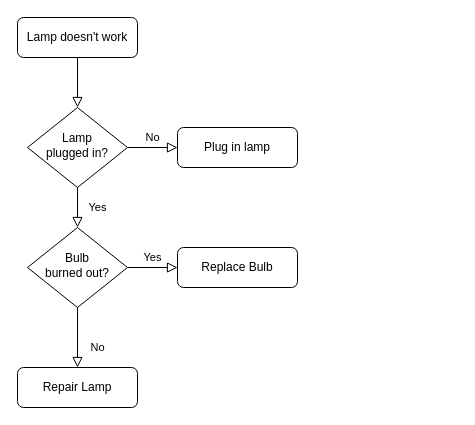
Above: casb.drawio in jiafengjason/draw.io (draw.io), before the change. Source tidied: cells renumbered, new cells numbered last; positions are measured from the earlier drawing's top-left corner, leaving out a move shared by most shapes. Both pictures are drawn from the tidied source at 100%, with x=0, y=0 at pixel (17, 17).
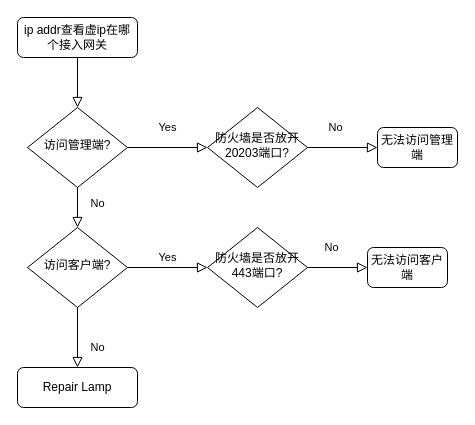
After the change.

Change to the diagram source:
```diff
@@
 <mxGraphModel>
   <root>
     <mxCell id="0" />
     <mxCell id="1" parent="0" />
     <mxCell id="2" style="rounded=0;html=1;jettySize=auto;fontSize=11;endArrow=block;endFill=0;endSize=8;strokeWidth=1;shadow=0;labelBackgroundColor=none;edgeStyle=orthogonalEdgeStyle;" parent="1" edge="1" source="3" target="6">
       <mxGeometry relative="1" as="geometry" />
     </mxCell>
-    <mxCell id="3" value="Lamp doesn't work" style="rounded=1;whiteSpace=wrap;html=1;fontSize=12;glass=0;strokeWidth=1;shadow=0;" parent="1" vertex="1">
+    <mxCell id="3" value="ip addr查看虚ip在哪个接入网关" style="rounded=1;whiteSpace=wrap;html=1;fontSize=12;glass=0;strokeWidth=1;shadow=0;" parent="1" vertex="1">
       <mxGeometry width="120" height="40" as="geometry" />
     </mxCell>
-    <mxCell id="4" value="Yes" style="rounded=0;html=1;jettySize=auto;fontSize=11;endArrow=block;endFill=0;endSize=8;strokeWidth=1;shadow=0;labelBackgroundColor=none;edgeStyle=orthogonalEdgeStyle;" parent="1" edge="1" source="6" target="10">
+    <mxCell id="4" value="Yes" style="rounded=0;html=1;jettySize=auto;fontSize=11;endArrow=block;endFill=0;endSize=8;strokeWidth=1;shadow=0;labelBackgroundColor=none;edgeStyle=orthogonalEdgeStyle;entryX=0;entryY=0.5;entryDx=0;entryDy=0;" parent="1" edge="1" source="6" target="13">
       <mxGeometry y="20" relative="1" as="geometry" />
     </mxCell>
-    <mxCell id="5" value="No" style="edgeStyle=orthogonalEdgeStyle;rounded=0;html=1;jettySize=auto;fontSize=11;endArrow=block;endFill=0;endSize=8;strokeWidth=1;shadow=0;labelBackgroundColor=none;" parent="1" edge="1" source="6" target="7">
-      <mxGeometry y="10" relative="1" as="geometry" />
+    <mxCell id="5" value="No" style="edgeStyle=orthogonalEdgeStyle;rounded=0;html=1;jettySize=auto;fontSize=11;endArrow=block;endFill=0;endSize=8;strokeWidth=1;shadow=0;labelBackgroundColor=none;entryX=0.5;entryY=0;entryDx=0;entryDy=0;" parent="1" edge="1" source="6" target="10">
+      <mxGeometry x="-0.2" y="20" relative="1" as="geometry" />
     </mxCell>
-    <mxCell id="6" value="Lamp&lt;br&gt;plugged in?" style="rhombus;whiteSpace=wrap;html=1;shadow=0;fontFamily=Helvetica;fontSize=12;align=center;strokeWidth=1;spacing=6;spacingTop=-4;" parent="1" vertex="1">
+    <mxCell id="6" value="访问管理端?" style="rhombus;whiteSpace=wrap;html=1;shadow=0;fontFamily=Helvetica;fontSize=12;align=center;strokeWidth=1;spacing=6;spacingTop=-4;" parent="1" vertex="1">
       <mxGeometry x="10" y="90" width="100" height="80" as="geometry" />
     </mxCell>
-    <mxCell id="7" value="Plug in lamp" style="rounded=1;whiteSpace=wrap;html=1;fontSize=12;glass=0;strokeWidth=1;shadow=0;" parent="1" vertex="1">
-      <mxGeometry x="160" y="110" width="120" height="40" as="geometry" />
+    <mxCell id="7" value="无法访问管理端" style="rounded=1;whiteSpace=wrap;html=1;fontSize=12;glass=0;strokeWidth=1;shadow=0;" parent="1" vertex="1">
+      <mxGeometry x="360" y="110" width="80" height="40" as="geometry" />
     </mxCell>
     <mxCell id="8" value="No" style="rounded=0;html=1;jettySize=auto;fontSize=11;endArrow=block;endFill=0;endSize=8;strokeWidth=1;shadow=0;labelBackgroundColor=none;edgeStyle=orthogonalEdgeStyle;" parent="1" edge="1" source="10" target="11">
       <mxGeometry x="0.33" y="20" relative="1" as="geometry" />
     </mxCell>
-    <mxCell id="9" value="Yes" style="edgeStyle=orthogonalEdgeStyle;rounded=0;html=1;jettySize=auto;fontSize=11;endArrow=block;endFill=0;endSize=8;strokeWidth=1;shadow=0;labelBackgroundColor=none;" parent="1" edge="1" source="10" target="12">
+    <mxCell id="9" value="Yes" style="edgeStyle=orthogonalEdgeStyle;rounded=0;html=1;jettySize=auto;fontSize=11;endArrow=block;endFill=0;endSize=8;strokeWidth=1;shadow=0;labelBackgroundColor=none;entryX=0;entryY=0.5;entryDx=0;entryDy=0;" parent="1" edge="1" source="10" target="16">
       <mxGeometry y="10" relative="1" as="geometry" />
     </mxCell>
-    <mxCell id="10" value="Bulb&lt;br&gt;burned out?" style="rhombus;whiteSpace=wrap;html=1;shadow=0;fontFamily=Helvetica;fontSize=12;align=center;strokeWidth=1;spacing=6;spacingTop=-4;" parent="1" vertex="1">
+    <mxCell id="10" value="访问客户端?" style="rhombus;whiteSpace=wrap;html=1;shadow=0;fontFamily=Helvetica;fontSize=12;align=center;strokeWidth=1;spacing=6;spacingTop=-4;" parent="1" vertex="1">
       <mxGeometry x="10" y="210" width="100" height="80" as="geometry" />
     </mxCell>
     <mxCell id="11" value="Repair Lamp" style="rounded=1;whiteSpace=wrap;html=1;fontSize=12;glass=0;strokeWidth=1;shadow=0;" parent="1" vertex="1">
       <mxGeometry y="350" width="120" height="40" as="geometry" />
     </mxCell>
-    <mxCell id="12" value="Replace Bulb" style="rounded=1;whiteSpace=wrap;html=1;fontSize=12;glass=0;strokeWidth=1;shadow=0;" parent="1" vertex="1">
-      <mxGeometry x="160" y="230" width="120" height="40" as="geometry" />
-    </mxCell>
+    <mxCell id="13" value="防火墙是否放开20203端口?" style="rhombus;whiteSpace=wrap;html=1;shadow=0;fontFamily=Helvetica;fontSize=12;align=center;strokeWidth=1;spacing=6;spacingTop=-4;" parent="1" vertex="1">
+      <mxGeometry x="190" y="90" width="100" height="80" as="geometry" />
+    </mxCell>
+    <mxCell id="14" value="No" style="edgeStyle=orthogonalEdgeStyle;rounded=0;html=1;jettySize=auto;fontSize=11;endArrow=block;endFill=0;endSize=8;strokeWidth=1;shadow=0;labelBackgroundColor=none;entryX=0;entryY=0.5;entryDx=0;entryDy=0;exitX=1;exitY=0.5;exitDx=0;exitDy=0;" parent="1" edge="1" source="13" target="7">
+      <mxGeometry x="-0.2" y="20" relative="1" as="geometry" />
+    </mxCell>
+    <mxCell id="15" value="无法访问客户端" style="rounded=1;whiteSpace=wrap;html=1;fontSize=12;glass=0;strokeWidth=1;shadow=0;" parent="1" vertex="1">
+      <mxGeometry x="350" y="230" width="80" height="40" as="geometry" />
+    </mxCell>
+    <mxCell id="16" value="防火墙是否放开443端口?" style="rhombus;whiteSpace=wrap;html=1;shadow=0;fontFamily=Helvetica;fontSize=12;align=center;strokeWidth=1;spacing=6;spacingTop=-4;" parent="1" vertex="1">
+      <mxGeometry x="190" y="210" width="100" height="80" as="geometry" />
+    </mxCell>
+    <mxCell id="17" value="No" style="edgeStyle=orthogonalEdgeStyle;rounded=0;html=1;jettySize=auto;fontSize=11;endArrow=block;endFill=0;endSize=8;strokeWidth=1;shadow=0;labelBackgroundColor=none;entryX=0;entryY=0.5;entryDx=0;entryDy=0;exitX=1;exitY=0.5;exitDx=0;exitDy=0;" parent="1" edge="1" source="16" target="15">
+      <mxGeometry x="-0.2" y="20" relative="1" as="geometry" />
+    </mxCell>
   </root>
 </mxGraphModel>
```
